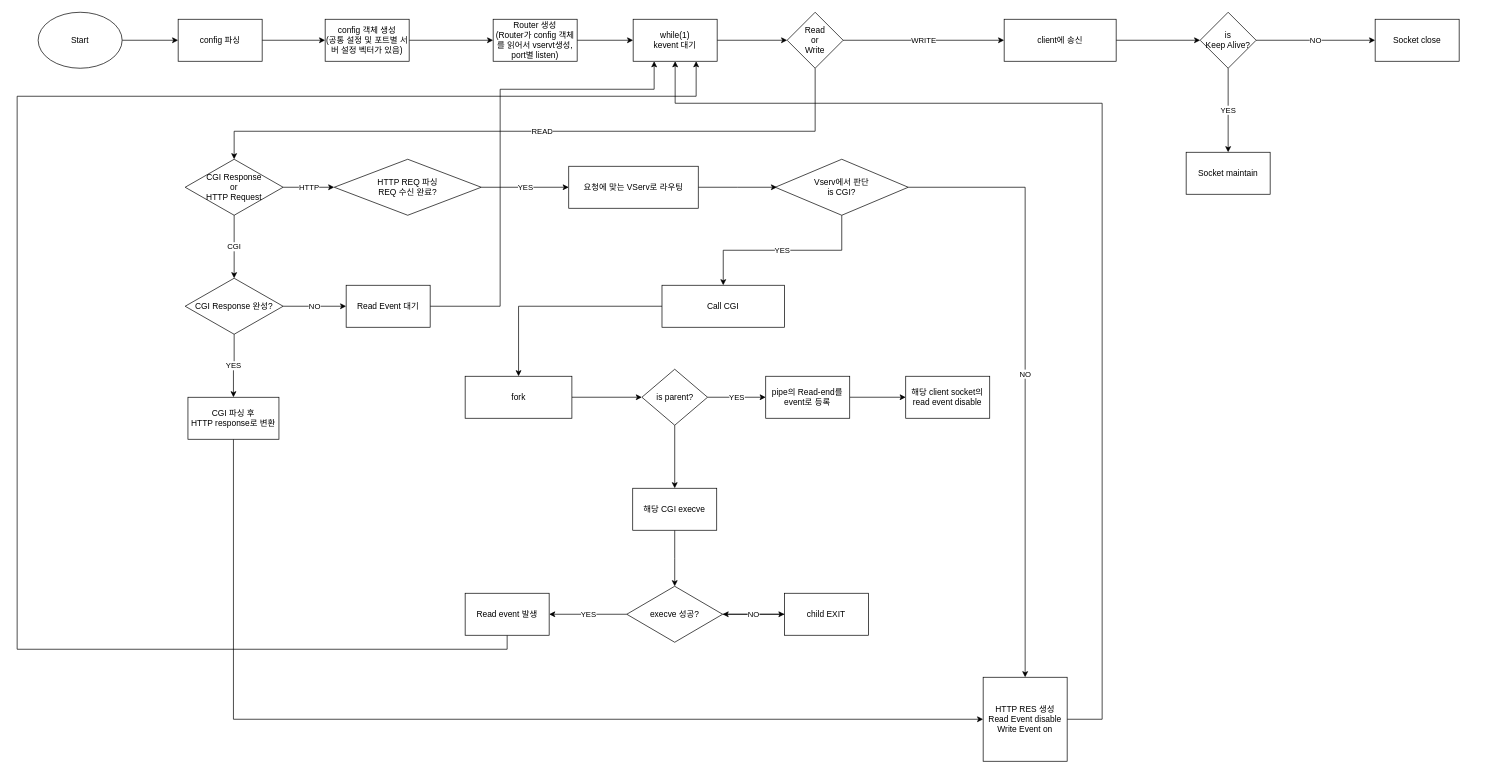
Above: FlowChart.drawio in myLittleWebserv/myLittleWebserv (draw.io), before the change. Source tidied: cells renumbered, new cells numbered last; positions are measured from the earlier drawing's top-left corner, leaving out a move shared by most shapes. Both pictures are drawn from the tidied source at 70%, with x=0, y=0 at pixel (17, 12).
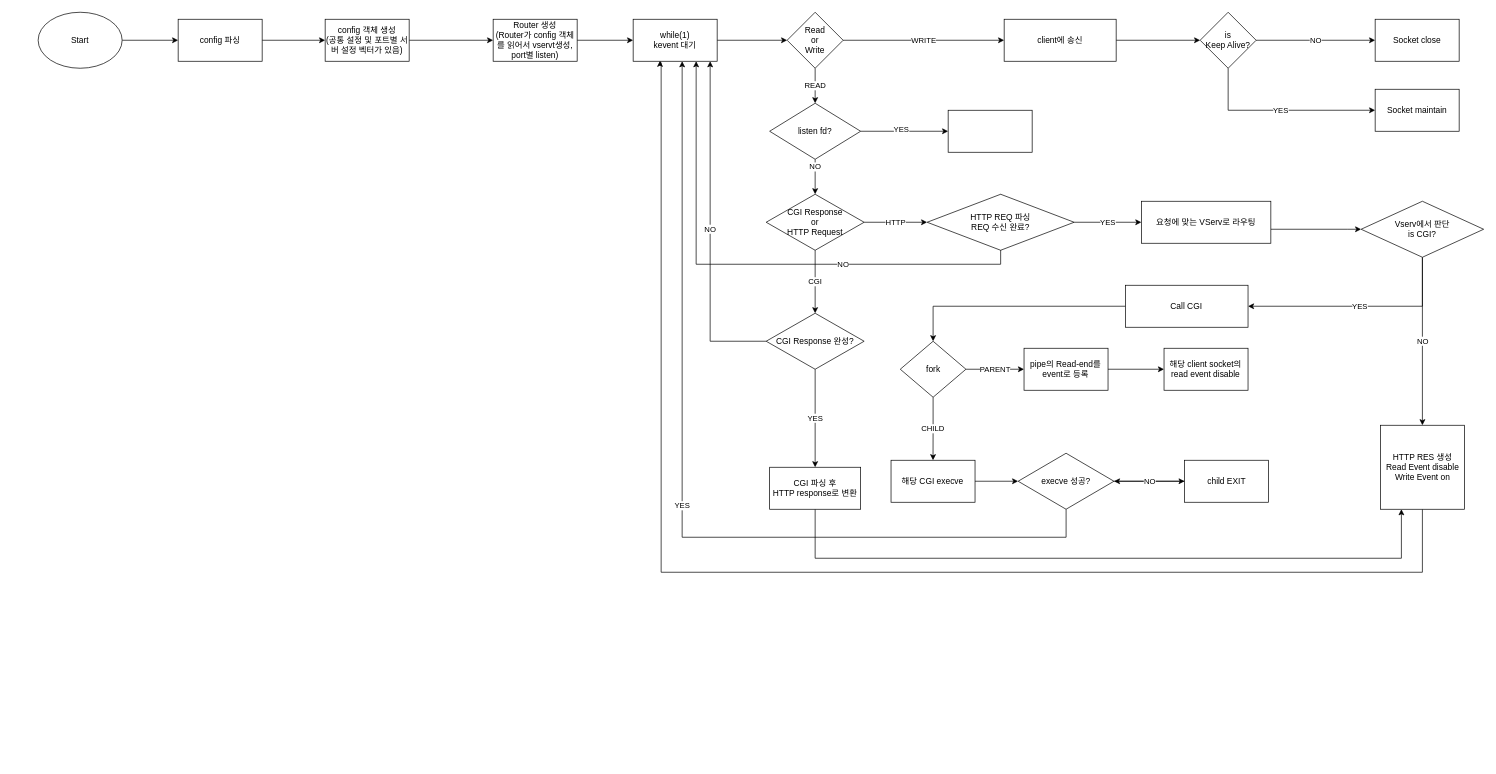
After the change.

Unchanged cells that the change refers to:
```xml
<mxCell id="11" value="while(1)&lt;br&gt;kevent 대기" style="whiteSpace=wrap;html=1;rounded=0;" parent="1" vertex="1">
  <mxGeometry x="880" y="10" width="120" height="60" as="geometry" />
</mxCell>
<mxCell id="52" value="Read&lt;br&gt;or&lt;br&gt;Write" style="rhombus;whiteSpace=wrap;html=1;rounded=0;" parent="1" vertex="1">
  <mxGeometry x="1100" width="80" height="80" as="geometry" />
</mxCell>
<mxCell id="57" value="is&lt;br&gt;Keep Alive?" style="rhombus;whiteSpace=wrap;html=1;rounded=0;" parent="1" vertex="1">
  <mxGeometry x="1690" width="80" height="80" as="geometry" />
</mxCell>
```

The edit, as a diff of the source:
```diff
@@
+    <mxCell id="60" style="edgeStyle=orthogonalEdgeStyle;rounded=0;jettySize=auto;html=1;exitX=0.5;exitY=0;exitDx=0;exitDy=0;entryX=0.75;entryY=1;entryDx=0;entryDy=0;" parent="1" edge="1" source="13" target="11">
+      <mxGeometry relative="1" as="geometry">
+        <Array as="points">
+          <mxPoint x="1405" y="360" />
+          <mxPoint x="970" y="360" />
+        </Array>
+      </mxGeometry>
+    </mxCell>
+    <mxCell id="61" value="NO" style="edgeLabel;html=1;align=center;verticalAlign=middle;" parent="60" vertex="1">
+      <mxGeometry x="-0.21" relative="1" as="geometry" />
+    </mxCell>
     <mxCell id="13" value="HTTP REQ 파싱&lt;br&gt;REQ 수신 완료?" style="rhombus;whiteSpace=wrap;html=1;rounded=0;" parent="1" vertex="1">
-      <mxGeometry x="453" y="210" width="210" height="80" as="geometry" />
+      <mxGeometry x="1300" y="260" width="210" height="80" as="geometry" />
     </mxCell>
-    <mxCell id="14" style="edgeStyle=orthogonalEdgeStyle;rounded=0;jettySize=auto;html=1;" parent="1" edge="1" source="15">
+    <mxCell id="14" style="edgeStyle=orthogonalEdgeStyle;rounded=0;jettySize=auto;html=1;entryX=0;entryY=0.5;entryDx=0;entryDy=0;" parent="1" edge="1" source="15" target="18">
       <mxGeometry relative="1" as="geometry">
-        <mxPoint x="1085.5" y="250" as="targetPoint" />
+        <Array as="points">
+          <mxPoint x="1900" y="310" />
+          <mxPoint x="1900" y="310" />
+        </Array>
       </mxGeometry>
     </mxCell>
     <mxCell id="15" value="요청에 맞는 VServ로 라우팅" style="whiteSpace=wrap;html=1;rounded=0;" parent="1" vertex="1">
-      <mxGeometry x="788" y="220" width="185" height="60" as="geometry" />
+      <mxGeometry x="1606" y="270" width="185" height="60" as="geometry" />
     </mxCell>
     <mxCell id="16" value="YES" style="edgeStyle=orthogonalEdgeStyle;rounded=0;jettySize=auto;html=1;" parent="1" edge="1" source="18" target="20">
-      <mxGeometry relative="1" as="geometry" />
+      <mxGeometry relative="1" as="geometry">
+        <Array as="points">
+          <mxPoint x="2008" y="420" />
+        </Array>
+      </mxGeometry>
     </mxCell>
@@
     <mxCell id="18" value="Vserv에서 판단&lt;br&gt;is CGI?" style="rhombus;whiteSpace=wrap;html=1;" parent="1" vertex="1">
-      <mxGeometry x="1083" y="210" width="190" height="80" as="geometry" />
+      <mxGeometry x="1920" y="270" width="175" height="80" as="geometry" />
     </mxCell>
-    <mxCell id="19" style="edgeStyle=orthogonalEdgeStyle;rounded=0;jettySize=auto;html=1;" parent="1" edge="1" source="20" target="24">
-      <mxGeometry relative="1" as="geometry" />
+    <mxCell id="19" style="edgeStyle=orthogonalEdgeStyle;rounded=0;jettySize=auto;html=1;entryX=0.5;entryY=0;entryDx=0;entryDy=0;" parent="1" edge="1" source="20" target="27">
+      <mxGeometry relative="1" as="geometry">
+        <Array as="points">
+          <mxPoint x="1308.4" y="420" />
+        </Array>
+      </mxGeometry>
     </mxCell>
     <mxCell id="20" value="Call CGI" style="whiteSpace=wrap;html=1;" parent="1" vertex="1">
-      <mxGeometry x="921.2" y="390" width="175" height="60" as="geometry" />
+      <mxGeometry x="1583.4" y="390" width="175" height="60" as="geometry" />
     </mxCell>
-    <mxCell id="21" style="edgeStyle=orthogonalEdgeStyle;rounded=0;jettySize=auto;html=1;entryX=0.5;entryY=1;entryDx=0;entryDy=0;" parent="1" edge="1" source="22" target="11">
+    <mxCell id="21" style="edgeStyle=orthogonalEdgeStyle;rounded=0;jettySize=auto;html=1;entryX=0.32;entryY=0.988;entryDx=0;entryDy=0;entryPerimeter=0;" parent="1" edge="1" source="22" target="11">
       <mxGeometry relative="1" as="geometry">
         <Array as="points">
-          <mxPoint x="1550" y="1010" />
-          <mxPoint x="1550" y="130" />
-          <mxPoint x="940" y="130" />
+          <mxPoint x="2008" y="800" />
+          <mxPoint x="920" y="800" />
+          <mxPoint x="920" y="72" />
+          <mxPoint x="918" y="72" />
         </Array>
       </mxGeometry>
     </mxCell>
     <mxCell id="22" value="HTTP RES 생성&lt;br&gt;Read Event disable&lt;br&gt;Write Event on" style="whiteSpace=wrap;html=1;" parent="1" vertex="1">
-      <mxGeometry x="1380" y="950" width="120" height="120" as="geometry" />
+      <mxGeometry x="1947.5" y="590" width="120" height="120" as="geometry" />
     </mxCell>
-    <mxCell id="23" style="edgeStyle=orthogonalEdgeStyle;rounded=0;jettySize=auto;html=1;" parent="1" edge="1" source="24" target="27">
-      <mxGeometry relative="1" as="geometry" />
-    </mxCell>
-    <mxCell id="24" value="fork" style="whiteSpace=wrap;html=1;" parent="1" vertex="1">
-      <mxGeometry x="640" y="520" width="152.5" height="60" as="geometry" />
-    </mxCell>
-    <mxCell id="25" value="YES" style="edgeStyle=orthogonalEdgeStyle;rounded=0;jettySize=auto;html=1;" parent="1" edge="1" source="27" target="29">
+    <mxCell id="25" value="PARENT" style="edgeStyle=orthogonalEdgeStyle;rounded=0;jettySize=auto;html=1;" parent="1" edge="1" source="27" target="29">
       <mxGeometry relative="1" as="geometry" />
     </mxCell>
-    <mxCell id="26" style="edgeStyle=orthogonalEdgeStyle;rounded=0;jettySize=auto;html=1;" parent="1" edge="1" source="27" target="32">
+    <mxCell id="26" value="CHILD" style="edgeStyle=orthogonalEdgeStyle;rounded=0;jettySize=auto;html=1;" parent="1" edge="1" source="27" target="32">
       <mxGeometry relative="1" as="geometry" />
     </mxCell>
-    <mxCell id="27" value="is parent?" style="rhombus;whiteSpace=wrap;html=1;" parent="1" vertex="1">
-      <mxGeometry x="892.5" y="510" width="93.8" height="80" as="geometry" />
+    <mxCell id="27" value="fork" style="rhombus;whiteSpace=wrap;html=1;" parent="1" vertex="1">
+      <mxGeometry x="1261.6" y="470" width="93.8" height="80" as="geometry" />
     </mxCell>
@@
     <mxCell id="29" value="pipe의 Read-end를 event로 등록" style="whiteSpace=wrap;html=1;" parent="1" vertex="1">
-      <mxGeometry x="1069.4" y="520" width="120" height="60" as="geometry" />
+      <mxGeometry x="1438.4" y="480" width="120" height="60" as="geometry" />
     </mxCell>
     <mxCell id="30" value="해당 client socket의 read event disable" style="whiteSpace=wrap;html=1;" parent="1" vertex="1">
-      <mxGeometry x="1269.4" y="520" width="120" height="60" as="geometry" />
+      <mxGeometry x="1638.4" y="480" width="120" height="60" as="geometry" />
     </mxCell>
-    <mxCell id="31" style="edgeStyle=orthogonalEdgeStyle;rounded=0;jettySize=auto;html=1;" parent="1" edge="1" source="32">
-      <mxGeometry relative="1" as="geometry">
-        <mxPoint x="939.4" y="820" as="targetPoint" />
-      </mxGeometry>
+    <mxCell id="31" style="edgeStyle=orthogonalEdgeStyle;rounded=0;jettySize=auto;html=1;" parent="1" edge="1" source="32" target="35">
+      <mxGeometry relative="1" as="geometry" />
     </mxCell>
     <mxCell id="32" value="해당 CGI execve" style="whiteSpace=wrap;html=1;" parent="1" vertex="1">
-      <mxGeometry x="879.4" y="680" width="120" height="60" as="geometry" />
+      <mxGeometry x="1248.4" y="640" width="120" height="60" as="geometry" />
     </mxCell>
@@
-    <mxCell id="34" value="YES" style="edgeStyle=orthogonalEdgeStyle;rounded=0;jettySize=auto;html=1;" parent="1" edge="1" source="35" target="39">
-      <mxGeometry relative="1" as="geometry" />
+    <mxCell id="34" value="YES" style="edgeStyle=orthogonalEdgeStyle;rounded=0;jettySize=auto;html=1;" parent="1" edge="1" source="35">
+      <mxGeometry relative="1" as="geometry">
+        <mxPoint x="950" y="70" as="targetPoint" />
+        <Array as="points">
+          <mxPoint x="1499" y="750" />
+          <mxPoint x="950" y="750" />
+        </Array>
+      </mxGeometry>
     </mxCell>
     <mxCell id="35" value="execve 성공?" style="rhombus;whiteSpace=wrap;html=1;" parent="1" vertex="1">
-      <mxGeometry x="870.9" y="820" width="136.9" height="80" as="geometry" />
+      <mxGeometry x="1430" y="630" width="136.9" height="80" as="geometry" />
     </mxCell>
@@
     <mxCell id="37" value="child EXIT" style="whiteSpace=wrap;html=1;" parent="1" vertex="1">
-      <mxGeometry x="1096.2" y="830" width="120" height="60" as="geometry" />
+      <mxGeometry x="1667.8" y="640" width="120" height="60" as="geometry" />
     </mxCell>
-    <mxCell id="38" style="edgeStyle=orthogonalEdgeStyle;rounded=0;jettySize=auto;html=1;exitX=0.5;exitY=1;exitDx=0;exitDy=0;entryX=0.75;entryY=1;entryDx=0;entryDy=0;" parent="1" edge="1" source="39" target="11">
-      <mxGeometry relative="1" as="geometry">
-        <Array as="points">
-          <mxPoint x="700" y="910" />
-          <mxPoint y="910" />
-          <mxPoint y="120" />
-          <mxPoint x="970" y="120" />
-        </Array>
-      </mxGeometry>
-    </mxCell>
-    <mxCell id="39" value="Read event 발생" style="whiteSpace=wrap;html=1;" parent="1" vertex="1">
-      <mxGeometry x="640" y="830" width="120" height="60" as="geometry" />
-    </mxCell>
@@
-    <mxCell id="41" value="CGI" style="edgeStyle=orthogonalEdgeStyle;rounded=0;jettySize=auto;html=1;" parent="1" edge="1" source="42">
-      <mxGeometry relative="1" as="geometry">
-        <mxPoint x="310" y="380" as="targetPoint" />
-      </mxGeometry>
+    <mxCell id="41" value="CGI" style="edgeStyle=orthogonalEdgeStyle;rounded=0;jettySize=auto;html=1;entryX=0.5;entryY=0;entryDx=0;entryDy=0;" parent="1" edge="1" source="42" target="45">
+      <mxGeometry relative="1" as="geometry" />
     </mxCell>
     <mxCell id="42" value="CGI Response&lt;br&gt;or&lt;br&gt;HTTP Request" style="rhombus;whiteSpace=wrap;html=1;" parent="1" vertex="1">
-      <mxGeometry x="240" y="210" width="140" height="80" as="geometry" />
+      <mxGeometry x="1070" y="260" width="140" height="80" as="geometry" />
     </mxCell>
@@
-    <mxCell id="44" value="NO" style="edgeStyle=orthogonalEdgeStyle;rounded=0;jettySize=auto;html=1;" parent="1" edge="1" source="45" target="49">
-      <mxGeometry relative="1" as="geometry" />
+    <mxCell id="44" value="NO" style="edgeStyle=orthogonalEdgeStyle;rounded=0;jettySize=auto;html=1;" parent="1" edge="1" source="45">
+      <mxGeometry relative="1" as="geometry">
+        <mxPoint x="990" y="70" as="targetPoint" />
+        <Array as="points">
+          <mxPoint x="990" y="470" />
+          <mxPoint x="990" y="70" />
+        </Array>
+      </mxGeometry>
     </mxCell>
     <mxCell id="45" value="CGI Response 완성?" style="rhombus;whiteSpace=wrap;html=1;" parent="1" vertex="1">
-      <mxGeometry x="240" y="380" width="140" height="80" as="geometry" />
+      <mxGeometry x="1070" y="430" width="140" height="80" as="geometry" />
     </mxCell>
-    <mxCell id="46" style="edgeStyle=orthogonalEdgeStyle;rounded=0;jettySize=auto;html=1;entryX=0;entryY=0.5;entryDx=0;entryDy=0;" parent="1" edge="1" source="47" target="22">
+    <mxCell id="46" style="edgeStyle=orthogonalEdgeStyle;rounded=0;jettySize=auto;html=1;entryX=0.25;entryY=1;entryDx=0;entryDy=0;" parent="1" edge="1" source="47" target="22">
       <mxGeometry relative="1" as="geometry">
         <Array as="points">
-          <mxPoint x="309" y="1010" />
+          <mxPoint x="1140" y="780" />
+          <mxPoint x="1978" y="780" />
         </Array>
       </mxGeometry>
     </mxCell>
     <mxCell id="47" value="CGI 파싱 후&lt;br&gt;HTTP response로 변환" style="whiteSpace=wrap;html=1;" parent="1" vertex="1">
-      <mxGeometry x="244" y="550" width="130" height="60" as="geometry" />
+      <mxGeometry x="1075" y="650" width="130" height="60" as="geometry" />
     </mxCell>
-    <mxCell id="48" style="edgeStyle=orthogonalEdgeStyle;rounded=0;jettySize=auto;html=1;exitX=1;exitY=0.5;exitDx=0;exitDy=0;entryX=0.25;entryY=1;entryDx=0;entryDy=0;" parent="1" edge="1" source="49" target="11">
-      <mxGeometry relative="1" as="geometry">
-        <Array as="points">
-          <mxPoint x="690" y="420" />
-          <mxPoint x="690" y="110" />
-          <mxPoint x="910" y="110" />
-        </Array>
-      </mxGeometry>
-    </mxCell>
-    <mxCell id="49" value="Read Event 대기" style="whiteSpace=wrap;html=1;" parent="1" vertex="1">
-      <mxGeometry x="470" y="390" width="120" height="60" as="geometry" />
-    </mxCell>
@@
-    <mxCell id="51" value="READ" style="edgeStyle=orthogonalEdgeStyle;rounded=0;jettySize=auto;html=1;exitX=0.5;exitY=1;exitDx=0;exitDy=0;entryX=0.5;entryY=0;entryDx=0;entryDy=0;" parent="1" edge="1" source="52" target="42">
-      <mxGeometry relative="1" as="geometry">
-        <Array as="points">
-          <mxPoint x="1140" y="170" />
-          <mxPoint x="310" y="170" />
-        </Array>
-      </mxGeometry>
+    <mxCell id="51" value="READ" style="edgeStyle=orthogonalEdgeStyle;rounded=0;jettySize=auto;html=1;exitX=0.5;exitY=1;exitDx=0;exitDy=0;entryX=0.5;entryY=0;entryDx=0;entryDy=0;" parent="1" edge="1" source="52" target="66">
+      <mxGeometry relative="1" as="geometry" />
     </mxCell>
@@
     <mxCell id="56" value="YES" style="edgeStyle=orthogonalEdgeStyle;rounded=0;jettySize=auto;html=1;" parent="1" edge="1" source="57" target="59">
-      <mxGeometry relative="1" as="geometry" />
+      <mxGeometry relative="1" as="geometry">
+        <Array as="points">
+          <mxPoint x="1730" y="140" />
+        </Array>
+      </mxGeometry>
     </mxCell>
@@
     <mxCell id="59" value="Socket maintain" style="whiteSpace=wrap;html=1;rounded=0;" parent="1" vertex="1">
-      <mxGeometry x="1670" y="200" width="120" height="60" as="geometry" />
+      <mxGeometry x="1940" y="110" width="120" height="60" as="geometry" />
     </mxCell>
+    <mxCell id="62" style="edgeStyle=orthogonalEdgeStyle;rounded=0;jettySize=auto;html=1;exitX=0.5;exitY=1;exitDx=0;exitDy=0;entryX=0.5;entryY=0;entryDx=0;entryDy=0;" parent="1" edge="1" source="66" target="42">
+      <mxGeometry relative="1" as="geometry" />
+    </mxCell>
+    <mxCell id="63" value="NO" style="edgeLabel;html=1;align=center;verticalAlign=middle;" parent="62" vertex="1">
+      <mxGeometry x="-0.6" y="-1" relative="1" as="geometry" />
+    </mxCell>
+    <mxCell id="64" style="edgeStyle=orthogonalEdgeStyle;rounded=0;jettySize=auto;html=1;exitX=1;exitY=0.5;exitDx=0;exitDy=0;" parent="1" edge="1" source="66" target="67">
+      <mxGeometry relative="1" as="geometry" />
+    </mxCell>
+    <mxCell id="65" value="YES" style="edgeLabel;html=1;align=center;verticalAlign=middle;" parent="64" vertex="1">
+      <mxGeometry x="-0.09" y="4" relative="1" as="geometry">
+        <mxPoint y="1" as="offset" />
+      </mxGeometry>
+    </mxCell>
+    <mxCell id="66" value="listen fd?" style="rhombus;whiteSpace=wrap;html=1;" parent="1" vertex="1">
+      <mxGeometry x="1075" y="130" width="130" height="80" as="geometry" />
+    </mxCell>
+    <mxCell id="67" style="rounded=0;whiteSpace=wrap;html=1;" parent="1" vertex="1">
+      <mxGeometry x="1330" y="140" width="120" height="60" as="geometry" />
+    </mxCell>
```
